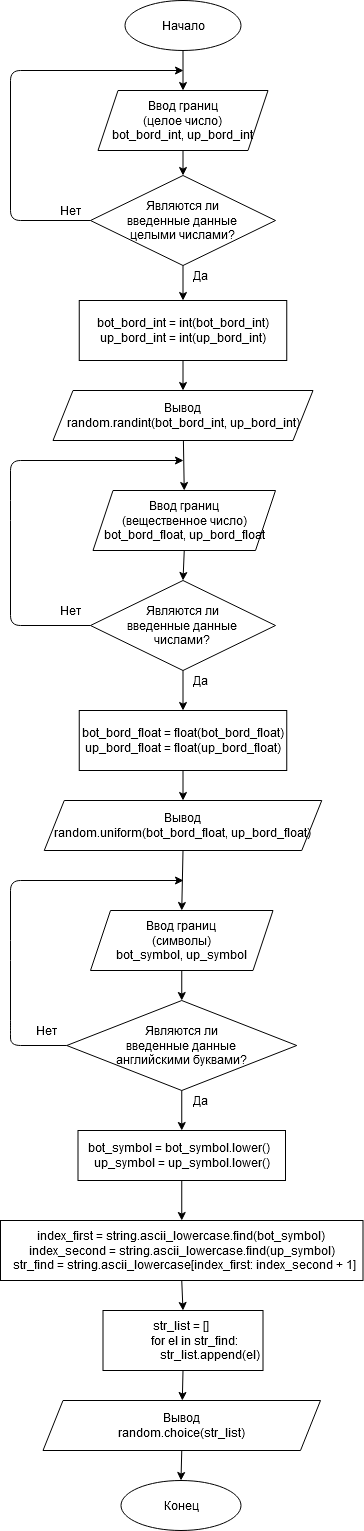
Nev-Iva/algorithms-python keeps this draw.io diagram as hw1/hw1_3.png. Above is the earlier version. Source tidied: cells renumbered, new cells last; positions are measured from the earlier drawing's top-left corner, leaving out a move shared by most shapes.
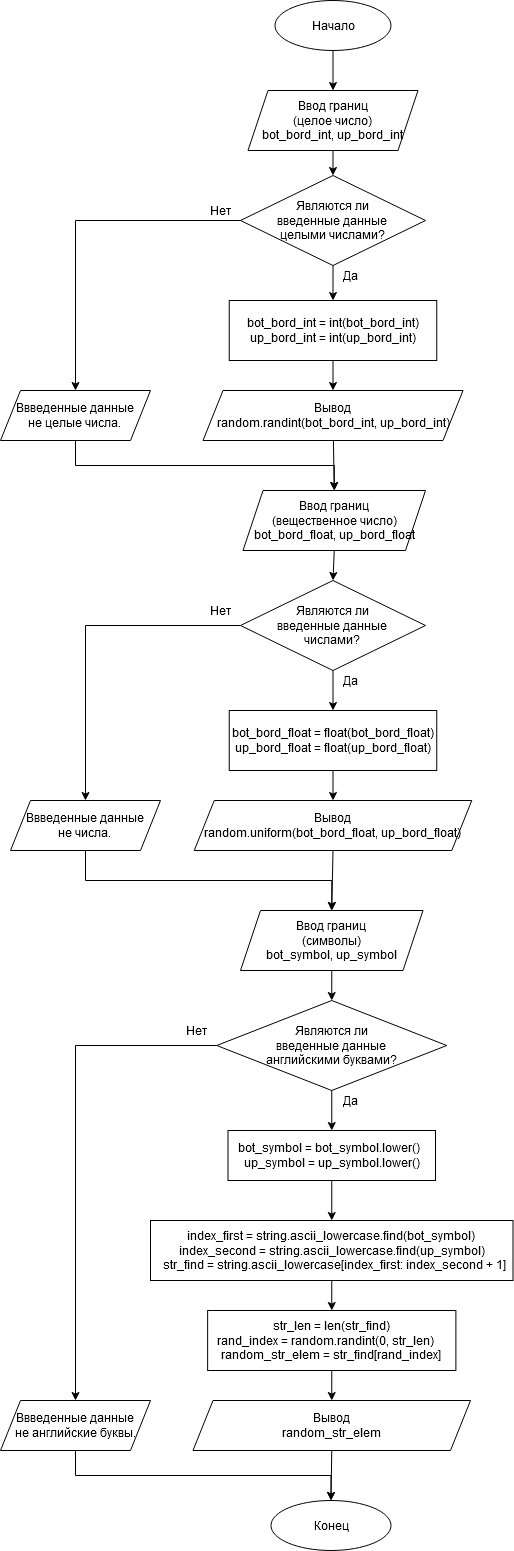
Later version of the same file.

Change to the diagram source:
```diff
@@ -8,6 +8,9 @@
     <mxCell id="3" value="&lt;div&gt;Ввод границ&lt;/div&gt;&lt;div&gt; (целое число)&lt;/div&gt;&lt;div&gt;bot_bord_int, up_bord_int&lt;br&gt;&lt;/div&gt;" style="shape=parallelogram;perimeter=parallelogramPerimeter;whiteSpace=wrap;html=1;fixedSize=1;" parent="1" vertex="1">
       <mxGeometry x="97.5" y="90" width="170" height="60" as="geometry" />
     </mxCell>
+    <mxCell id="42" style="edgeStyle=orthogonalEdgeStyle;rounded=0;jettySize=auto;html=1;exitX=0;exitY=0.5;exitDx=0;exitDy=0;" parent="1" edge="1" source="4" target="46">
+      <mxGeometry relative="1" as="geometry" />
+    </mxCell>
     <mxCell id="4" value="&lt;div&gt;Являются ли&lt;/div&gt;&lt;div&gt; введенные данные &lt;br&gt;&lt;/div&gt;&lt;div&gt;целыми числами?&lt;/div&gt;" style="rhombus;whiteSpace=wrap;html=1;" parent="1" vertex="1">
       <mxGeometry x="90" y="175" width="185" height="90" as="geometry" />
     </mxCell>
@@ -29,15 +32,6 @@
     <mxCell id="10" style="endArrow=classic;html=1;exitX=0.5;exitY=1;exitDx=0;exitDy=0;" parent="1" edge="1" source="8" target="9">
       <mxGeometry relative="1" as="geometry" />
     </mxCell>
-    <mxCell id="11" style="endArrow=classic;html=1;exitX=0;exitY=0.5;exitDx=0;exitDy=0;" parent="1" edge="1" source="4">
-      <mxGeometry relative="1" as="geometry">
-        <mxPoint x="183" y="70" as="targetPoint" />
-        <Array as="points">
-          <mxPoint x="10" y="220" />
-          <mxPoint x="10" y="70" />
-        </Array>
-      </mxGeometry>
-    </mxCell>
     <mxCell id="12" value="Да" style="text;html=1;strokeColor=none;fillColor=none;align=center;verticalAlign=middle;whiteSpace=wrap;rounded=0;" parent="1" vertex="1">
       <mxGeometry x="180" y="265" width="40" height="20" as="geometry" />
     </mxCell>
@@ -47,6 +41,9 @@
     <mxCell id="14" value="&lt;div&gt;Ввод границ&lt;/div&gt;&lt;div&gt; (вещественное число)&lt;/div&gt;&lt;div&gt;bot_bord_float, up_bord_float&lt;br&gt;&lt;/div&gt;" style="shape=parallelogram;perimeter=parallelogramPerimeter;whiteSpace=wrap;html=1;fixedSize=1;" parent="1" vertex="1">
       <mxGeometry x="92.5" y="490" width="182.5" height="60" as="geometry" />
     </mxCell>
+    <mxCell id="43" style="edgeStyle=orthogonalEdgeStyle;rounded=0;jettySize=auto;html=1;exitX=0;exitY=0.5;exitDx=0;exitDy=0;" parent="1" edge="1" source="15" target="48">
+      <mxGeometry relative="1" as="geometry" />
+    </mxCell>
     <mxCell id="15" value="&lt;div&gt;Являются ли&lt;/div&gt;&lt;div&gt; введенные данные &lt;br&gt;&lt;/div&gt;&lt;div&gt;числами?&lt;/div&gt;" style="rhombus;whiteSpace=wrap;html=1;" parent="1" vertex="1">
       <mxGeometry x="90" y="580" width="185" height="90" as="geometry" />
     </mxCell>
@@ -68,16 +65,6 @@
     <mxCell id="21" style="endArrow=classic;html=1;exitX=0.5;exitY=1;exitDx=0;exitDy=0;" parent="1" edge="1" source="19" target="20">
       <mxGeometry relative="1" as="geometry" />
     </mxCell>
-    <mxCell id="22" style="endArrow=classic;html=1;exitX=0;exitY=0.5;exitDx=0;exitDy=0;" parent="1" edge="1" source="15">
-      <mxGeometry relative="1" as="geometry">
-        <mxPoint x="183" y="460" as="targetPoint" />
-        <Array as="points">
-          <mxPoint x="10" y="625" />
-          <mxPoint x="10" y="510" />
-          <mxPoint x="10" y="460" />
-        </Array>
-      </mxGeometry>
-    </mxCell>
     <mxCell id="23" value="Да" style="text;html=1;strokeColor=none;fillColor=none;align=center;verticalAlign=middle;whiteSpace=wrap;rounded=0;" parent="1" vertex="1">
       <mxGeometry x="180" y="670" width="40" height="20" as="geometry" />
     </mxCell>
@@ -87,6 +74,9 @@
     <mxCell id="25" value="&lt;div&gt;Ввод границ&lt;/div&gt;&lt;div&gt; (символы)&lt;/div&gt;&lt;div&gt;bot_symbol, up_symbol&lt;br&gt;&lt;/div&gt;" style="shape=parallelogram;perimeter=parallelogramPerimeter;whiteSpace=wrap;html=1;fixedSize=1;" parent="1" vertex="1">
       <mxGeometry x="90" y="910" width="182.5" height="60" as="geometry" />
     </mxCell>
+    <mxCell id="44" style="edgeStyle=orthogonalEdgeStyle;rounded=0;jettySize=auto;html=1;exitX=0;exitY=0.5;exitDx=0;exitDy=0;" parent="1" edge="1" source="26" target="50">
+      <mxGeometry relative="1" as="geometry" />
+    </mxCell>
     <mxCell id="26" value="&lt;div&gt;Являются ли&lt;/div&gt;&lt;div&gt; введенные данные &lt;br&gt;&lt;/div&gt;&lt;div&gt;английскими буквами?&lt;/div&gt;" style="rhombus;whiteSpace=wrap;html=1;" parent="1" vertex="1">
       <mxGeometry x="66.2" y="1000" width="230" height="90" as="geometry" />
     </mxCell>
@@ -99,20 +89,9 @@
     <mxCell id="29" value="&amp;nbsp;bot_symbol = bot_symbol.lower()&amp;nbsp;&amp;nbsp;&amp;nbsp; up_symbol = up_symbol.lower()" style="rounded=0;whiteSpace=wrap;html=1;" parent="1" vertex="1">
       <mxGeometry x="77.5" y="1130" width="207.5" height="50" as="geometry" />
     </mxCell>
-    <mxCell id="30" value="Вывод&lt;br&gt;&lt;div&gt;random.choice(str_list)&lt;br&gt;&lt;/div&gt;" style="shape=parallelogram;perimeter=parallelogramPerimeter;whiteSpace=wrap;html=1;fixedSize=1;" parent="1" vertex="1">
+    <mxCell id="30" value="Вывод&lt;br&gt;&lt;div&gt;random_str_elem&lt;br&gt;&lt;/div&gt;" style="shape=parallelogram;perimeter=parallelogramPerimeter;whiteSpace=wrap;html=1;fixedSize=1;" parent="1" vertex="1">
       <mxGeometry x="42.5" y="1400" width="277.5" height="50" as="geometry" />
     </mxCell>
-    <mxCell id="31" style="endArrow=classic;html=1;exitX=0;exitY=0.5;exitDx=0;exitDy=0;" parent="1" edge="1" source="26">
-      <mxGeometry relative="1" as="geometry">
-        <mxPoint x="183" y="880" as="targetPoint" />
-        <Array as="points">
-          <mxPoint x="10" y="1045" />
-          <mxPoint x="10" y="1030" />
-          <mxPoint x="10" y="950" />
-          <mxPoint x="10" y="880" />
-        </Array>
-      </mxGeometry>
-    </mxCell>
     <mxCell id="32" value="Да" style="text;html=1;strokeColor=none;fillColor=none;align=center;verticalAlign=middle;whiteSpace=wrap;rounded=0;" parent="1" vertex="1">
       <mxGeometry x="180" y="1090" width="40" height="20" as="geometry" />
     </mxCell>
@@ -125,8 +104,8 @@
     <mxCell id="35" value="&lt;div&gt;index_first = string.ascii_lowercase.find(bot_symbol) &lt;br&gt;&lt;/div&gt;&lt;div&gt; index_second = string.ascii_lowercase.find(up_symbol)&lt;/div&gt;&lt;div&gt;&amp;nbsp; str_find = string.ascii_lowercase[index_first: index_second + 1]&lt;/div&gt;" style="rounded=0;whiteSpace=wrap;html=1;" parent="1" vertex="1">
       <mxGeometry y="1220" width="362.5" height="60" as="geometry" />
     </mxCell>
-    <mxCell id="36" value="&lt;div&gt;str_list = []&amp;nbsp; &lt;br&gt;&lt;/div&gt;&lt;div&gt;&amp;nbsp;&amp;nbsp;&amp;nbsp;&amp;nbsp;&amp;nbsp;&amp;nbsp;&amp;nbsp; for el in str_find: &lt;br&gt;&lt;/div&gt;&lt;div&gt;&amp;nbsp; &amp;nbsp; &amp;nbsp; &amp;nbsp; &amp;nbsp; &amp;nbsp; &amp;nbsp;&amp;nbsp;&amp;nbsp;&amp;nbsp;&amp;nbsp; str_list.append(el)&lt;/div&gt;" style="rounded=0;whiteSpace=wrap;html=1;" parent="1" vertex="1">
-      <mxGeometry x="102.5" y="1310" width="160" height="60" as="geometry" />
+    <mxCell id="36" value="&lt;div&gt;str_len = len(str_find)&lt;/div&gt;&lt;div&gt;rand_index = random.randint(0, str_len)&amp;nbsp;&amp;nbsp;&amp;nbsp;&amp;nbsp; random_str_elem = str_find[rand_index]&lt;/div&gt;" style="rounded=0;whiteSpace=wrap;html=1;" parent="1" vertex="1">
+      <mxGeometry x="57.1" y="1310" width="248.2" height="60" as="geometry" />
     </mxCell>
     <mxCell id="37" style="endArrow=classic;html=1;exitX=0.5;exitY=1;exitDx=0;exitDy=0;" parent="1" edge="1" source="36" target="30">
       <mxGeometry relative="1" as="geometry" />
@@ -138,10 +117,28 @@
       <mxGeometry relative="1" as="geometry" />
     </mxCell>
     <mxCell id="40" value="Конец" style="ellipse;whiteSpace=wrap;html=1;" parent="1" vertex="1">
-      <mxGeometry x="120.5" y="1480" width="120" height="50" as="geometry" />
+      <mxGeometry x="120.5" y="1500" width="120" height="50" as="geometry" />
     </mxCell>
     <mxCell id="41" style="endArrow=classic;html=1;exitX=0.5;exitY=1;exitDx=0;exitDy=0;entryX=0.5;entryY=0;entryDx=0;entryDy=0;" parent="1" edge="1" source="30" target="40">
       <mxGeometry relative="1" as="geometry" />
     </mxCell>
+    <mxCell id="45" style="edgeStyle=orthogonalEdgeStyle;rounded=0;jettySize=auto;html=1;exitX=0.5;exitY=1;exitDx=0;exitDy=0;entryX=0.5;entryY=0;entryDx=0;entryDy=0;" parent="1" edge="1" source="46" target="14">
+      <mxGeometry relative="1" as="geometry" />
+    </mxCell>
+    <mxCell id="46" value="&lt;div&gt;Ввведенные данные &lt;br&gt;&lt;/div&gt;&lt;div&gt;не целые числа.&lt;/div&gt;" style="shape=parallelogram;perimeter=parallelogramPerimeter;whiteSpace=wrap;html=1;fixedSize=1;" parent="1" vertex="1">
+      <mxGeometry x="-150" y="390" width="150" height="50" as="geometry" />
+    </mxCell>
+    <mxCell id="47" style="edgeStyle=orthogonalEdgeStyle;rounded=0;jettySize=auto;html=1;exitX=0.5;exitY=1;exitDx=0;exitDy=0;entryX=0.5;entryY=0;entryDx=0;entryDy=0;" parent="1" edge="1" source="48" target="25">
+      <mxGeometry relative="1" as="geometry" />
+    </mxCell>
+    <mxCell id="48" value="&lt;div&gt;Ввведенные данные &lt;br&gt;&lt;/div&gt;&lt;div&gt;не числа.&lt;/div&gt;" style="shape=parallelogram;perimeter=parallelogramPerimeter;whiteSpace=wrap;html=1;fixedSize=1;" parent="1" vertex="1">
+      <mxGeometry x="-140" y="800" width="150" height="50" as="geometry" />
+    </mxCell>
+    <mxCell id="49" style="edgeStyle=orthogonalEdgeStyle;rounded=0;jettySize=auto;html=1;exitX=0.5;exitY=1;exitDx=0;exitDy=0;entryX=0.5;entryY=0;entryDx=0;entryDy=0;" parent="1" edge="1" source="50" target="40">
+      <mxGeometry relative="1" as="geometry" />
+    </mxCell>
+    <mxCell id="50" value="&lt;div&gt;Ввведенные данные &lt;br&gt;&lt;/div&gt;&lt;div&gt;не английские буквы.&lt;/div&gt;" style="shape=parallelogram;perimeter=parallelogramPerimeter;whiteSpace=wrap;html=1;fixedSize=1;" parent="1" vertex="1">
+      <mxGeometry x="-150" y="1400" width="150" height="50" as="geometry" />
+    </mxCell>
   </root>
 </mxGraphModel>
```
